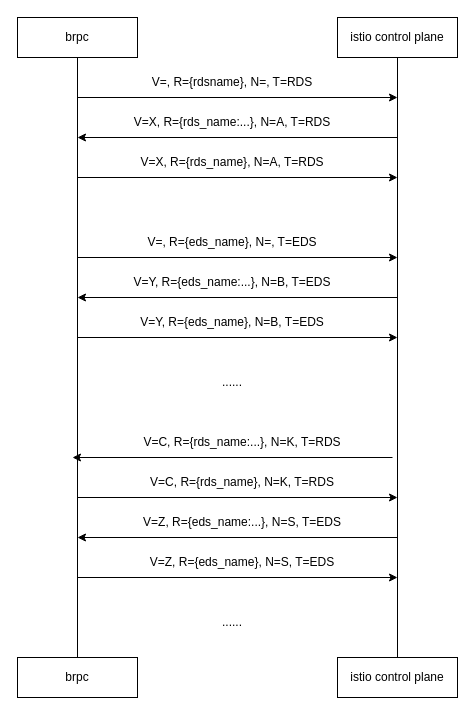
Before: brpc-xds-flow.drawio in Silocean/diagrams, a draw.io diagram. Source tidied: cells renumbered, new cells numbered last; positions are measured from the earlier drawing's top-left corner, leaving out a move shared by most shapes. Both pictures are drawn from the tidied source at 100%, with x=0, y=0 at pixel (17, 17).
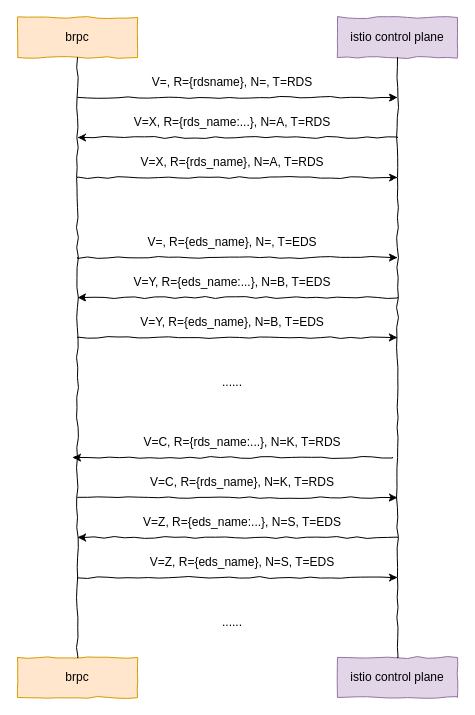
After the change.

Change to the diagram source:
```diff
@@
-    <mxCell id="2" value="brpc" style="rounded=0;whiteSpace=wrap;html=1;" parent="1" vertex="1">
+    <mxCell id="2" value="brpc" style="rounded=0;whiteSpace=wrap;html=1;comic=1;fillColor=#ffe6cc;strokeColor=#d79b00;" parent="1" vertex="1">
       <mxGeometry width="120" height="40" as="geometry" />
     </mxCell>
-    <mxCell id="3" value="istio control plane" style="rounded=0;whiteSpace=wrap;html=1;" parent="1" vertex="1">
+    <mxCell id="3" value="istio control plane" style="rounded=0;whiteSpace=wrap;html=1;comic=1;fillColor=#e1d5e7;strokeColor=#9673a6;" parent="1" vertex="1">
       <mxGeometry x="320" width="120" height="40" as="geometry" />
     </mxCell>
-    <mxCell id="4" value="brpc" style="rounded=0;whiteSpace=wrap;html=1;" parent="1" vertex="1">
+    <mxCell id="4" value="brpc" style="rounded=0;whiteSpace=wrap;html=1;comic=1;fillColor=#ffe6cc;strokeColor=#d79b00;" parent="1" vertex="1">
       <mxGeometry y="640" width="120" height="40" as="geometry" />
     </mxCell>
-    <mxCell id="5" value="istio control plane" style="rounded=0;whiteSpace=wrap;html=1;" parent="1" vertex="1">
+    <mxCell id="5" value="istio control plane" style="rounded=0;whiteSpace=wrap;html=1;comic=1;fillColor=#e1d5e7;strokeColor=#9673a6;" parent="1" vertex="1">
       <mxGeometry x="320" y="640" width="120" height="40" as="geometry" />
     </mxCell>
-    <mxCell id="6" style="endArrow=none;html=1;rounded=0;exitX=0.5;exitY=0;exitDx=0;exitDy=0;" parent="1" edge="1" source="4">
+    <mxCell id="6" style="endArrow=none;html=1;rounded=0;exitX=0.5;exitY=0;exitDx=0;exitDy=0;comic=1;" parent="1" edge="1" source="4">
       <mxGeometry relative="1" as="geometry">
         <mxPoint x="60" y="40" as="targetPoint" />
       </mxGeometry>
     </mxCell>
-    <mxCell id="7" style="endArrow=none;html=1;rounded=0;exitX=0.5;exitY=0;exitDx=0;exitDy=0;" parent="1" edge="1" source="5">
+    <mxCell id="7" style="endArrow=none;html=1;rounded=0;exitX=0.5;exitY=0;exitDx=0;exitDy=0;comic=1;" parent="1" edge="1" source="5">
       <mxGeometry relative="1" as="geometry">
         <mxPoint x="380" y="40" as="targetPoint" />
       </mxGeometry>
     </mxCell>
-    <mxCell id="8" style="endArrow=classic;html=1;rounded=0;" parent="1" edge="1">
+    <mxCell id="8" style="endArrow=classic;html=1;rounded=0;comic=1;" parent="1" edge="1">
       <mxGeometry relative="1" as="geometry">
         <mxPoint x="60" y="80" as="sourcePoint" />
         <mxPoint x="380" y="80" as="targetPoint" />
       </mxGeometry>
     </mxCell>
-    <mxCell id="9" value="V=, R={rdsname}, N=, T=RDS" style="text;html=1;strokeColor=none;fillColor=none;align=center;verticalAlign=middle;whiteSpace=wrap;rounded=0;" parent="1" vertex="1">
+    <mxCell id="9" value="V=, R={rdsname}, N=, T=RDS" style="text;html=1;strokeColor=none;fillColor=none;align=center;verticalAlign=middle;whiteSpace=wrap;rounded=0;comic=1;" parent="1" vertex="1">
       <mxGeometry x="90" y="50" width="250" height="30" as="geometry" />
     </mxCell>
-    <mxCell id="10" value="V=X, R={rds_name:...}, N=A, T=RDS" style="text;html=1;strokeColor=none;fillColor=none;align=center;verticalAlign=middle;whiteSpace=wrap;rounded=0;" parent="1" vertex="1">
+    <mxCell id="10" value="V=X, R={rds_name:...}, N=A, T=RDS" style="text;html=1;strokeColor=none;fillColor=none;align=center;verticalAlign=middle;whiteSpace=wrap;rounded=0;comic=1;" parent="1" vertex="1">
       <mxGeometry x="90" y="90" width="250" height="30" as="geometry" />
     </mxCell>
-    <mxCell id="11" style="endArrow=classic;html=1;rounded=0;" parent="1" edge="1">
+    <mxCell id="11" style="endArrow=classic;html=1;rounded=0;comic=1;" parent="1" edge="1">
       <mxGeometry relative="1" as="geometry">
         <mxPoint x="380" y="120" as="sourcePoint" />
         <mxPoint x="60" y="120" as="targetPoint" />
       </mxGeometry>
     </mxCell>
-    <mxCell id="12" style="endArrow=classic;html=1;rounded=0;" parent="1" edge="1">
+    <mxCell id="12" style="endArrow=classic;html=1;rounded=0;comic=1;" parent="1" edge="1">
       <mxGeometry relative="1" as="geometry">
         <mxPoint x="60" y="160" as="sourcePoint" />
         <mxPoint x="380" y="160" as="targetPoint" />
       </mxGeometry>
     </mxCell>
-    <mxCell id="13" value="V=X, R={rds_name}, N=A, T=RDS" style="text;html=1;strokeColor=none;fillColor=none;align=center;verticalAlign=middle;whiteSpace=wrap;rounded=0;" parent="1" vertex="1">
+    <mxCell id="13" value="V=X, R={rds_name}, N=A, T=RDS" style="text;html=1;strokeColor=none;fillColor=none;align=center;verticalAlign=middle;whiteSpace=wrap;rounded=0;comic=1;" parent="1" vertex="1">
       <mxGeometry x="90" y="130" width="250" height="30" as="geometry" />
     </mxCell>
-    <mxCell id="14" style="endArrow=classic;html=1;rounded=0;" parent="1" edge="1">
+    <mxCell id="14" style="endArrow=classic;html=1;rounded=0;comic=1;" parent="1" edge="1">
       <mxGeometry relative="1" as="geometry">
         <mxPoint x="60" y="240" as="sourcePoint" />
         <mxPoint x="380" y="240" as="targetPoint" />
       </mxGeometry>
     </mxCell>
-    <mxCell id="15" style="endArrow=classic;html=1;rounded=0;" parent="1" edge="1">
+    <mxCell id="15" style="endArrow=classic;html=1;rounded=0;comic=1;" parent="1" edge="1">
       <mxGeometry relative="1" as="geometry">
         <mxPoint x="60" y="320" as="sourcePoint" />
         <mxPoint x="380" y="320" as="targetPoint" />
       </mxGeometry>
     </mxCell>
-    <mxCell id="16" style="endArrow=classic;html=1;rounded=0;" parent="1" edge="1">
+    <mxCell id="16" style="endArrow=classic;html=1;rounded=0;comic=1;" parent="1" edge="1">
       <mxGeometry relative="1" as="geometry">
         <mxPoint x="380" y="280" as="sourcePoint" />
         <mxPoint x="60" y="280" as="targetPoint" />
       </mxGeometry>
     </mxCell>
-    <mxCell id="17" value="V=, R={eds_name}, N=, T=EDS" style="text;html=1;strokeColor=none;fillColor=none;align=center;verticalAlign=middle;whiteSpace=wrap;rounded=0;" parent="1" vertex="1">
+    <mxCell id="17" value="V=, R={eds_name}, N=, T=EDS" style="text;html=1;strokeColor=none;fillColor=none;align=center;verticalAlign=middle;whiteSpace=wrap;rounded=0;comic=1;" parent="1" vertex="1">
       <mxGeometry x="90" y="210" width="250" height="30" as="geometry" />
     </mxCell>
-    <mxCell id="18" value="V=Y, R={eds_name:...}, N=B, T=EDS" style="text;html=1;strokeColor=none;fillColor=none;align=center;verticalAlign=middle;whiteSpace=wrap;rounded=0;" parent="1" vertex="1">
+    <mxCell id="18" value="V=Y, R={eds_name:...}, N=B, T=EDS" style="text;html=1;strokeColor=none;fillColor=none;align=center;verticalAlign=middle;whiteSpace=wrap;rounded=0;comic=1;" parent="1" vertex="1">
       <mxGeometry x="90" y="250" width="250" height="30" as="geometry" />
     </mxCell>
-    <mxCell id="19" value="V=Y, R={eds_name}, N=B, T=EDS" style="text;html=1;strokeColor=none;fillColor=none;align=center;verticalAlign=middle;whiteSpace=wrap;rounded=0;" parent="1" vertex="1">
+    <mxCell id="19" value="V=Y, R={eds_name}, N=B, T=EDS" style="text;html=1;strokeColor=none;fillColor=none;align=center;verticalAlign=middle;whiteSpace=wrap;rounded=0;comic=1;" parent="1" vertex="1">
       <mxGeometry x="90" y="290" width="250" height="30" as="geometry" />
     </mxCell>
-    <mxCell id="20" style="endArrow=classic;html=1;rounded=0;" parent="1" edge="1">
+    <mxCell id="20" style="endArrow=classic;html=1;rounded=0;comic=1;" parent="1" edge="1">
       <mxGeometry relative="1" as="geometry">
         <mxPoint x="375" y="440" as="sourcePoint" />
         <mxPoint x="55" y="440" as="targetPoint" />
       </mxGeometry>
     </mxCell>
-    <mxCell id="21" style="endArrow=classic;html=1;rounded=0;" parent="1" edge="1">
+    <mxCell id="21" style="endArrow=classic;html=1;rounded=0;comic=1;" parent="1" edge="1">
       <mxGeometry relative="1" as="geometry">
         <mxPoint x="60" y="480" as="sourcePoint" />
         <mxPoint x="380" y="480" as="targetPoint" />
       </mxGeometry>
     </mxCell>
-    <mxCell id="22" value="......" style="text;html=1;strokeColor=none;fillColor=none;align=center;verticalAlign=middle;whiteSpace=wrap;rounded=0;" parent="1" vertex="1">
+    <mxCell id="22" value="......" style="text;html=1;strokeColor=none;fillColor=none;align=center;verticalAlign=middle;whiteSpace=wrap;rounded=0;comic=1;" parent="1" vertex="1">
       <mxGeometry x="185" y="350" width="60" height="30" as="geometry" />
     </mxCell>
-    <mxCell id="23" value="V=C, R={rds_name:...}, N=K, T=RDS" style="text;html=1;strokeColor=none;fillColor=none;align=center;verticalAlign=middle;whiteSpace=wrap;rounded=0;" parent="1" vertex="1">
+    <mxCell id="23" value="V=C, R={rds_name:...}, N=K, T=RDS" style="text;html=1;strokeColor=none;fillColor=none;align=center;verticalAlign=middle;whiteSpace=wrap;rounded=0;comic=1;" parent="1" vertex="1">
       <mxGeometry x="100" y="410" width="250" height="30" as="geometry" />
     </mxCell>
-    <mxCell id="24" value="V=C, R={rds_name}, N=K, T=RDS" style="text;html=1;strokeColor=none;fillColor=none;align=center;verticalAlign=middle;whiteSpace=wrap;rounded=0;" parent="1" vertex="1">
+    <mxCell id="24" value="V=C, R={rds_name}, N=K, T=RDS" style="text;html=1;strokeColor=none;fillColor=none;align=center;verticalAlign=middle;whiteSpace=wrap;rounded=0;comic=1;" parent="1" vertex="1">
       <mxGeometry x="100" y="450" width="250" height="30" as="geometry" />
     </mxCell>
-    <mxCell id="25" style="endArrow=classic;html=1;rounded=0;" parent="1" edge="1">
+    <mxCell id="25" style="endArrow=classic;html=1;rounded=0;comic=1;" parent="1" edge="1">
       <mxGeometry relative="1" as="geometry">
         <mxPoint x="380" y="520" as="sourcePoint" />
         <mxPoint x="60" y="520" as="targetPoint" />
       </mxGeometry>
     </mxCell>
-    <mxCell id="26" style="endArrow=classic;html=1;rounded=0;" parent="1" edge="1">
+    <mxCell id="26" style="endArrow=classic;html=1;rounded=0;comic=1;" parent="1" edge="1">
       <mxGeometry relative="1" as="geometry">
         <mxPoint x="60" y="560" as="sourcePoint" />
         <mxPoint x="380" y="560" as="targetPoint" />
       </mxGeometry>
     </mxCell>
-    <mxCell id="27" value="......" style="text;html=1;strokeColor=none;fillColor=none;align=center;verticalAlign=middle;whiteSpace=wrap;rounded=0;" parent="1" vertex="1">
+    <mxCell id="27" value="......" style="text;html=1;strokeColor=none;fillColor=none;align=center;verticalAlign=middle;whiteSpace=wrap;rounded=0;comic=1;" parent="1" vertex="1">
       <mxGeometry x="185" y="590" width="60" height="30" as="geometry" />
     </mxCell>
-    <mxCell id="28" value="V=Z, R={eds_name:...}, N=S, T=EDS" style="text;html=1;strokeColor=none;fillColor=none;align=center;verticalAlign=middle;whiteSpace=wrap;rounded=0;" parent="1" vertex="1">
+    <mxCell id="28" value="V=Z, R={eds_name:...}, N=S, T=EDS" style="text;html=1;strokeColor=none;fillColor=none;align=center;verticalAlign=middle;whiteSpace=wrap;rounded=0;comic=1;" parent="1" vertex="1">
       <mxGeometry x="100" y="490" width="250" height="30" as="geometry" />
     </mxCell>
-    <mxCell id="29" value="V=Z, R={eds_name}, N=S, T=EDS" style="text;html=1;strokeColor=none;fillColor=none;align=center;verticalAlign=middle;whiteSpace=wrap;rounded=0;" parent="1" vertex="1">
+    <mxCell id="29" value="V=Z, R={eds_name}, N=S, T=EDS" style="text;html=1;strokeColor=none;fillColor=none;align=center;verticalAlign=middle;whiteSpace=wrap;rounded=0;comic=1;" parent="1" vertex="1">
       <mxGeometry x="100" y="530" width="250" height="30" as="geometry" />
     </mxCell>
```
